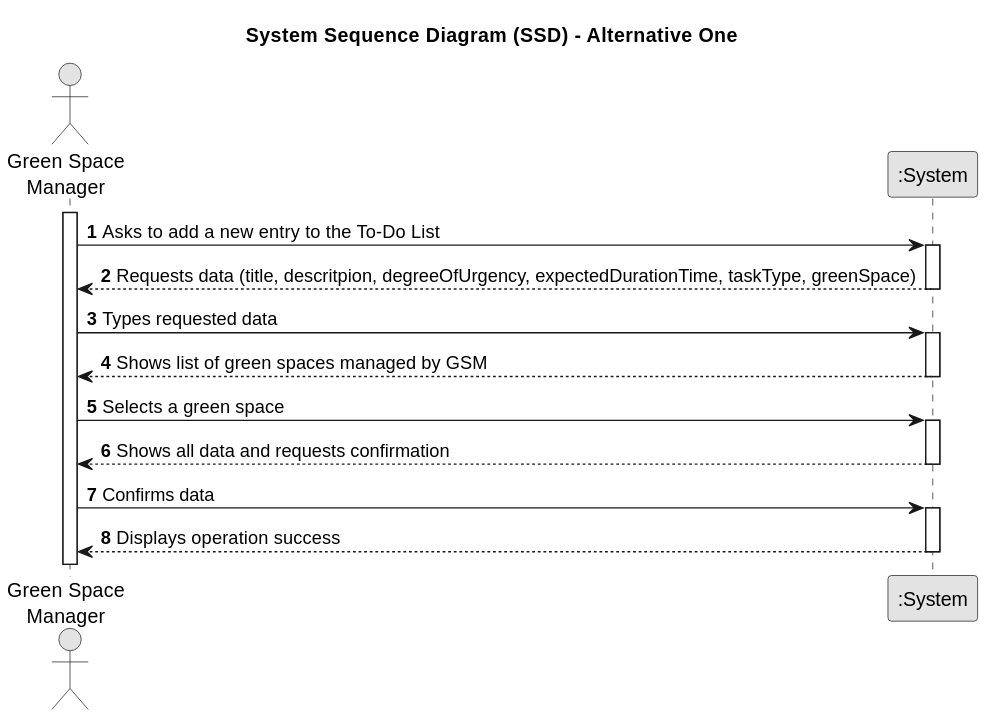
Before: docs/sprintA&B&C/us021/01.requirements-engineering/svg/us021-system-sequence-diagram-alternative-one.svg, a diagram exported from PlantUML (daniel41silva05/ISEP_2023_2024_LAPR2).
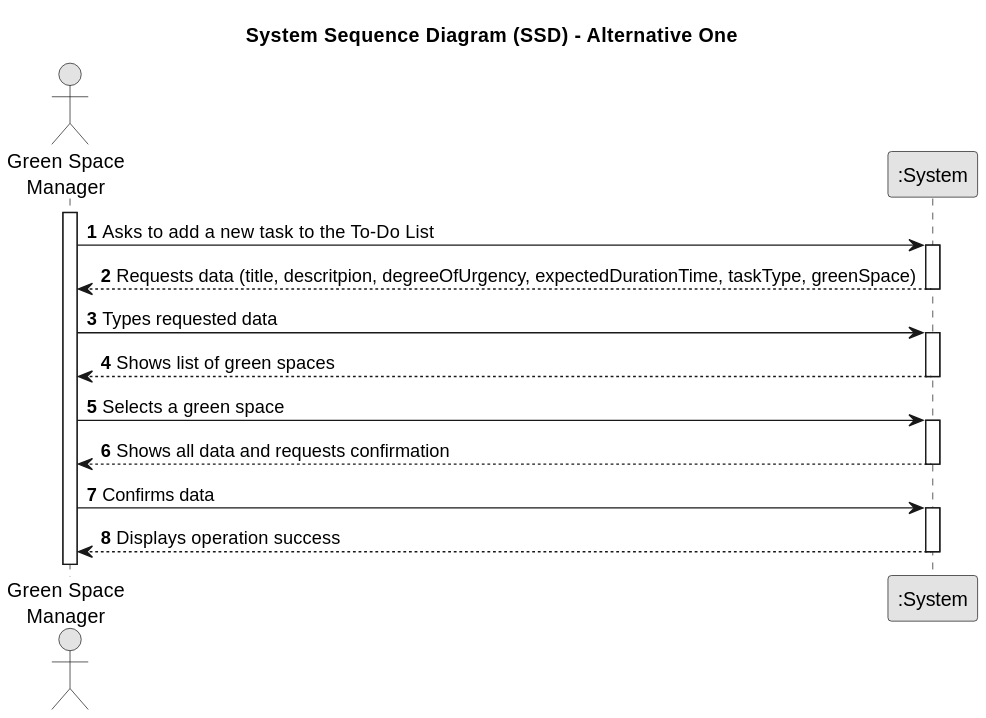
Later version of the same file.

The edit, as a diff of the source:
```diff
@@ -12,7 +12,7 @@
 
 activate GSM
 
-    GSM -> System : Asks to add a new entry to the To-Do List
+    GSM -> System : Asks to add a new task to the To-Do List
     activate System
 
         System --> GSM : Requests data (title, descritpion, degreeOfUrgency, expectedDurationTime, taskType, greenSpace)
@@ -21,7 +21,7 @@
     GSM -> System : Types requested data
     activate System
 
-        System --> GSM : Shows list of green spaces managed by GSM
+        System --> GSM : Shows list of green spaces
     deactivate System
 
     GSM -> System : Selects a green space
```
